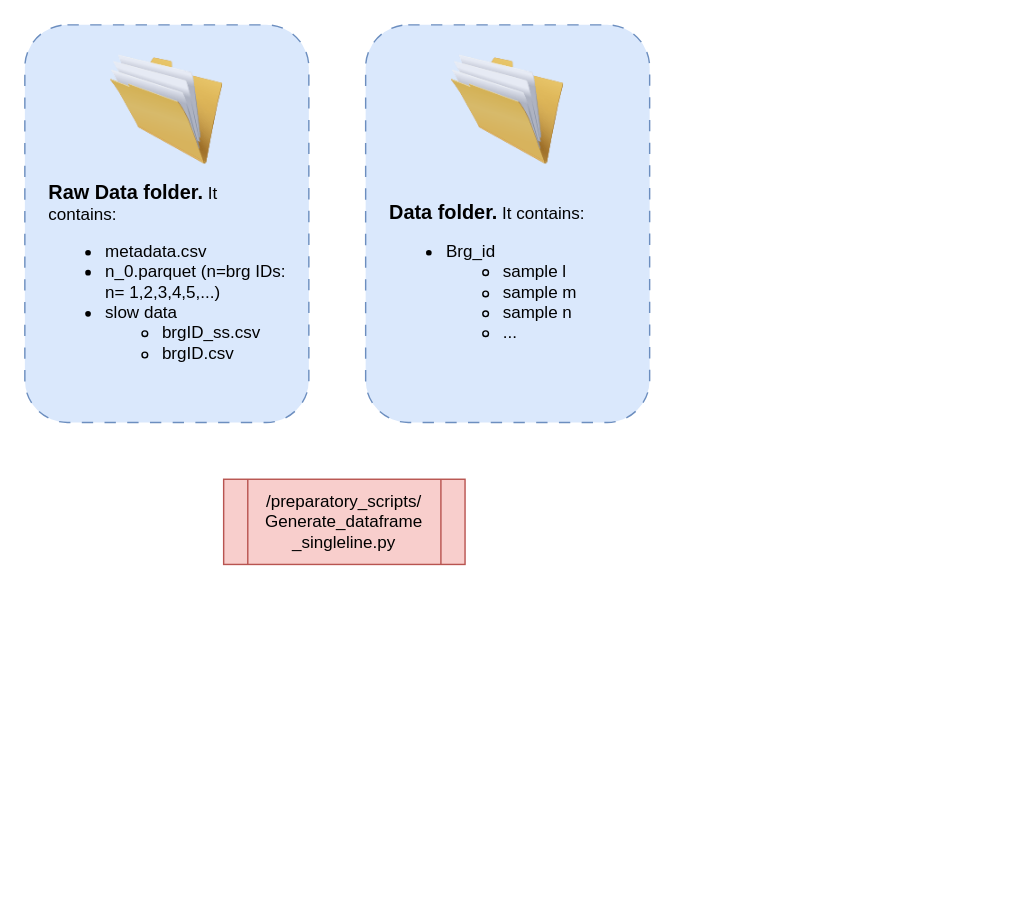
The draw.io diagram rdm_figure.drawio in arielpriarone/drawings, before the edit. Source tidied: cells renumbered, new cells numbered last; positions are measured from the earlier drawing's top-left corner, leaving out a move shared by most shapes. Both pictures are drawn from the tidied source at 142%, with x=0, y=0 at pixel (24, 24). Pictures stored in the file or linked from it are replaced by grey dashed boxes.
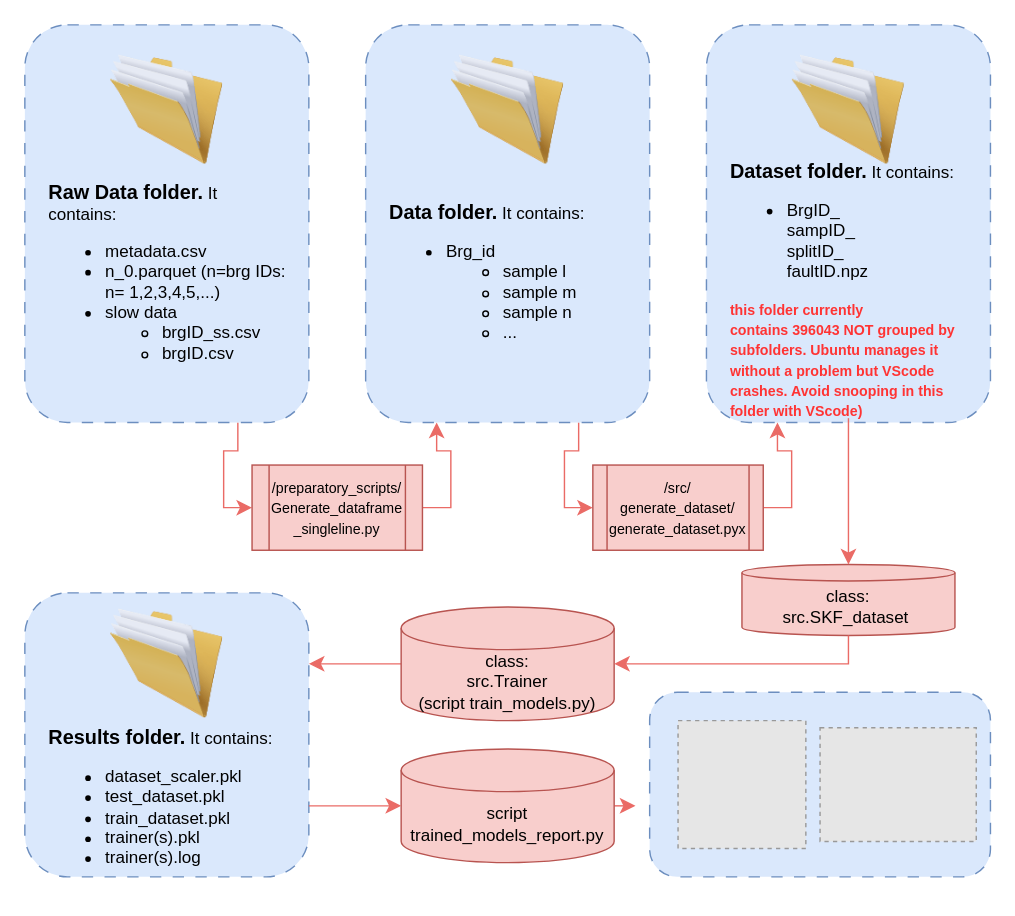
After the change.

The change refers to these unchanged cells:
```xml
<mxCell id="2" style="rounded=1;whiteSpace=wrap;html=1;fillColor=#dae8fc;dashed=1;dashPattern=8 8;strokeColor=#6c8ebf;" parent="1" vertex="1">
  <mxGeometry width="200" height="280" as="geometry" />
</mxCell>
<mxCell id="6" style="rounded=1;whiteSpace=wrap;html=1;fillColor=#dae8fc;dashed=1;dashPattern=8 8;strokeColor=#6c8ebf;" parent="1" vertex="1">
  <mxGeometry x="240" width="200" height="280" as="geometry" />
</mxCell>
```

Diff of the diagram source:
```diff
@@
+    <mxCell id="9" style="rounded=1;whiteSpace=wrap;html=1;fillColor=#dae8fc;dashed=1;dashPattern=8 8;strokeColor=#6c8ebf;" parent="1" vertex="1">
+      <mxGeometry x="440" y="470" width="240" height="130" as="geometry" />
+    </mxCell>
+    <mxCell id="10" style="edgeStyle=orthogonalEdgeStyle;shape=connector;rounded=0;jettySize=auto;html=1;exitX=0.75;exitY=1;exitDx=0;exitDy=0;entryX=0;entryY=0.5;entryDx=0;entryDy=0;shadow=0;strokeColor=#EA6B66;align=center;verticalAlign=middle;fontFamily=Helvetica;fontSize=12;fontColor=default;labelBackgroundColor=default;startSize=8;endArrow=classic;endSize=8;" parent="1" edge="1" source="2" target="5">
+      <mxGeometry relative="1" as="geometry" />
+    </mxCell>
@@
+    <mxCell id="11" style="edgeStyle=orthogonalEdgeStyle;shape=connector;rounded=0;jettySize=auto;html=1;exitX=1;exitY=0.5;exitDx=0;exitDy=0;entryX=0.25;entryY=1;entryDx=0;entryDy=0;shadow=0;strokeColor=#EA6B66;align=center;verticalAlign=middle;fontFamily=Helvetica;fontSize=12;fontColor=default;labelBackgroundColor=default;startSize=8;endArrow=classic;endSize=8;" parent="1" edge="1" source="5" target="6">
+      <mxGeometry relative="1" as="geometry">
+        <Array as="points">
+          <mxPoint x="300" y="340" />
+          <mxPoint x="300" y="300" />
+          <mxPoint x="290" y="300" />
+        </Array>
+      </mxGeometry>
+    </mxCell>
-    <mxCell id="5" value="/preparatory_scripts/&lt;div&gt;Generate_dataframe&lt;/div&gt;&lt;div&gt;_singleline.py&lt;/div&gt;" style="shape=process;html=1;backgroundOutline=1;fillColor=#f8cecc;strokeColor=#b85450;whiteSpace=wrap;" parent="1" vertex="1">
-      <mxGeometry x="140" y="320" width="170" height="60" as="geometry" />
+    <mxCell id="5" value="&lt;font style=&quot;font-size: 10px;&quot;&gt;/preparatory_scripts/&lt;/font&gt;&lt;div&gt;&lt;font style=&quot;font-size: 10px;&quot;&gt;Generate_dataframe&lt;/font&gt;&lt;/div&gt;&lt;div&gt;&lt;font style=&quot;font-size: 10px;&quot;&gt;_singleline.py&lt;/font&gt;&lt;/div&gt;" style="shape=process;html=1;backgroundOutline=1;fillColor=#f8cecc;strokeColor=#b85450;whiteSpace=wrap;" parent="1" vertex="1">
+      <mxGeometry x="160" y="310" width="120" height="60" as="geometry" />
     </mxCell>
+    <mxCell id="12" style="edgeStyle=orthogonalEdgeStyle;shape=connector;rounded=0;jettySize=auto;html=1;exitX=0.75;exitY=1;exitDx=0;exitDy=0;entryX=0;entryY=0.5;entryDx=0;entryDy=0;shadow=0;strokeColor=#EA6B66;align=center;verticalAlign=middle;fontFamily=Helvetica;fontSize=12;fontColor=default;labelBackgroundColor=default;startSize=8;endArrow=classic;endSize=8;" parent="1" edge="1" source="6" target="17">
+      <mxGeometry relative="1" as="geometry" />
+    </mxCell>
@@
+    <mxCell id="13" style="rounded=1;whiteSpace=wrap;html=1;fillColor=#dae8fc;dashed=1;dashPattern=8 8;strokeColor=#6c8ebf;" parent="1" vertex="1">
+      <mxGeometry x="480" width="200" height="280" as="geometry" />
+    </mxCell>
+    <mxCell id="14" style="image;html=1;image=img/lib/clip_art/general/Full_Folder_128x128.png;" parent="1" vertex="1">
+      <mxGeometry x="540" y="20" width="80" height="80" as="geometry" />
+    </mxCell>
+    <mxCell id="15" value="&lt;b&gt;&lt;font style=&quot;font-size: 14px;&quot;&gt;Dataset folder.&lt;/font&gt;&lt;/b&gt; It contains:&lt;div&gt;&lt;ul&gt;&lt;li&gt;BrgID_&lt;br&gt;sampID_&lt;br&gt;splitID_&lt;br&gt;faultID.npz&lt;br&gt;&lt;/li&gt;&lt;/ul&gt;&lt;font style=&quot;font-size: 10px; color: rgb(255, 51, 51);&quot;&gt;&lt;b&gt;this folder currently contains&amp;nbsp;396043 NOT grouped by subfolders. Ubuntu manages it without a problem but VScode crashes. Avoid snooping in this folder with VScode)&lt;/b&gt;&lt;/font&gt;&lt;/div&gt;" style="text;html=1;align=left;verticalAlign=middle;whiteSpace=wrap;rounded=0;" parent="1" vertex="1">
+      <mxGeometry x="495" y="97" width="170" height="180" as="geometry" />
+    </mxCell>
+    <mxCell id="16" style="edgeStyle=orthogonalEdgeStyle;shape=connector;rounded=0;jettySize=auto;html=1;exitX=1;exitY=0.5;exitDx=0;exitDy=0;entryX=0.25;entryY=1;entryDx=0;entryDy=0;shadow=0;strokeColor=#EA6B66;align=center;verticalAlign=middle;fontFamily=Helvetica;fontSize=12;fontColor=default;labelBackgroundColor=default;startSize=8;endArrow=classic;endSize=8;" parent="1" edge="1" source="17" target="13">
+      <mxGeometry relative="1" as="geometry">
+        <Array as="points">
+          <mxPoint x="540" y="340" />
+          <mxPoint x="540" y="300" />
+          <mxPoint x="530" y="300" />
+        </Array>
+      </mxGeometry>
+    </mxCell>
+    <mxCell id="17" value="&lt;span style=&quot;font-size: 10px;&quot;&gt;/src/&lt;/span&gt;&lt;div&gt;&lt;span style=&quot;font-size: 10px;&quot;&gt;generate_dataset/&lt;/span&gt;&lt;/div&gt;&lt;div&gt;&lt;span style=&quot;font-size: 10px;&quot;&gt;generate_dataset.pyx&lt;/span&gt;&lt;/div&gt;" style="shape=process;html=1;backgroundOutline=1;fillColor=#f8cecc;strokeColor=#b85450;whiteSpace=wrap;size=0.08333333333333333;" parent="1" vertex="1">
+      <mxGeometry x="400" y="310" width="120" height="60" as="geometry" />
+    </mxCell>
+    <mxCell id="18" value="&lt;span&gt;class:&lt;br&gt;src.SKF_dataset&amp;nbsp;&lt;/span&gt;" style="shape=cylinder3;whiteSpace=wrap;html=1;boundedLbl=1;backgroundOutline=1;size=5.803662300109863;fontFamily=Helvetica;fontSize=12;labelBackgroundColor=none;fillColor=#f8cecc;strokeColor=#b85450;" parent="1" vertex="1">
+      <mxGeometry x="505" y="380" width="150" height="50" as="geometry" />
+    </mxCell>
+    <mxCell id="19" style="edgeStyle=orthogonalEdgeStyle;shape=connector;rounded=0;jettySize=auto;html=1;exitX=0.5;exitY=1;exitDx=0;exitDy=0;entryX=0.5;entryY=0;entryDx=0;entryDy=0;entryPerimeter=0;shadow=0;strokeColor=#EA6B66;align=center;verticalAlign=middle;fontFamily=Helvetica;fontSize=12;fontColor=default;labelBackgroundColor=default;startSize=8;endArrow=classic;endSize=8;" parent="1" edge="1" source="15" target="18">
+      <mxGeometry relative="1" as="geometry" />
+    </mxCell>
+    <mxCell id="20" style="edgeStyle=orthogonalEdgeStyle;shape=connector;rounded=0;jettySize=auto;html=1;exitX=0;exitY=0.5;exitDx=0;exitDy=0;exitPerimeter=0;entryX=1;entryY=0.25;entryDx=0;entryDy=0;shadow=0;strokeColor=#EA6B66;align=center;verticalAlign=middle;fontFamily=Helvetica;fontSize=12;fontColor=default;labelBackgroundColor=default;startSize=8;endArrow=classic;endSize=8;" parent="1" edge="1" source="21" target="22">
+      <mxGeometry relative="1" as="geometry" />
+    </mxCell>
+    <mxCell id="21" value="&lt;span&gt;class:&lt;br&gt;src.Trainer&lt;br&gt;(script train_models.py)&lt;/span&gt;" style="shape=cylinder3;whiteSpace=wrap;html=1;boundedLbl=1;backgroundOutline=1;size=15;fontFamily=Helvetica;fontSize=12;labelBackgroundColor=none;fillColor=#f8cecc;strokeColor=#b85450;" parent="1" vertex="1">
+      <mxGeometry x="265" y="410" width="150" height="80" as="geometry" />
+    </mxCell>
+    <mxCell id="22" style="rounded=1;whiteSpace=wrap;html=1;fillColor=#dae8fc;dashed=1;dashPattern=8 8;strokeColor=#6c8ebf;" parent="1" vertex="1">
+      <mxGeometry y="400" width="200" height="200" as="geometry" />
+    </mxCell>
+    <mxCell id="23" style="image;html=1;image=img/lib/clip_art/general/Full_Folder_128x128.png;" parent="1" vertex="1">
+      <mxGeometry x="60" y="410" width="80" height="80" as="geometry" />
+    </mxCell>
+    <mxCell id="24" value="&lt;b&gt;&lt;font style=&quot;font-size: 14px;&quot;&gt;Results folder.&lt;/font&gt;&lt;/b&gt; It contains:&lt;div&gt;&lt;ul&gt;&lt;li&gt;dataset_scaler.pkl&lt;/li&gt;&lt;li&gt;test_dataset.pkl&lt;/li&gt;&lt;li&gt;train_dataset.pkl&lt;/li&gt;&lt;li&gt;trainer(s).pkl&lt;/li&gt;&lt;li&gt;trainer(s).log&lt;/li&gt;&lt;/ul&gt;&lt;/div&gt;" style="text;html=1;align=left;verticalAlign=middle;whiteSpace=wrap;rounded=0;" parent="1" vertex="1">
+      <mxGeometry x="15" y="490" width="170" height="120" as="geometry" />
+    </mxCell>
+    <mxCell id="25" style="edgeStyle=orthogonalEdgeStyle;shape=connector;rounded=0;jettySize=auto;html=1;exitX=1;exitY=0.5;exitDx=0;exitDy=0;exitPerimeter=0;shadow=0;strokeColor=#EA6B66;align=center;verticalAlign=middle;fontFamily=Helvetica;fontSize=12;fontColor=default;labelBackgroundColor=default;startSize=8;endArrow=classic;endSize=8;" parent="1" edge="1" source="26">
+      <mxGeometry relative="1" as="geometry">
+        <mxPoint x="430" y="549.8" as="targetPoint" />
+      </mxGeometry>
+    </mxCell>
+    <mxCell id="26" value="script&lt;br&gt;trained_models_report.py" style="shape=cylinder3;whiteSpace=wrap;html=1;boundedLbl=1;backgroundOutline=1;size=15;fontFamily=Helvetica;fontSize=12;labelBackgroundColor=none;fillColor=#f8cecc;strokeColor=#b85450;" parent="1" vertex="1">
+      <mxGeometry x="265" y="510" width="150" height="80" as="geometry" />
+    </mxCell>
+    <mxCell id="27" style="edgeStyle=orthogonalEdgeStyle;shape=connector;rounded=0;jettySize=auto;html=1;exitX=1;exitY=0.75;exitDx=0;exitDy=0;entryX=0;entryY=0.5;entryDx=0;entryDy=0;entryPerimeter=0;shadow=0;strokeColor=#EA6B66;align=center;verticalAlign=middle;fontFamily=Helvetica;fontSize=12;fontColor=default;labelBackgroundColor=default;startSize=8;endArrow=classic;endSize=8;" parent="1" edge="1" source="22" target="26">
+      <mxGeometry relative="1" as="geometry" />
+    </mxCell>
+    <mxCell id="28" style="fillColor=#E6E6E6;strokeColor=#999999;dashed=1;verticalLabelPosition=bottom;labelBackgroundColor=default;verticalAlign=top;" parent="1" vertex="1">
+      <mxGeometry x="460" y="490" width="90" height="90" as="geometry" />
+    </mxCell>
+    <mxCell id="29" style="edgeStyle=orthogonalEdgeStyle;shape=connector;rounded=0;jettySize=auto;html=1;exitX=0.5;exitY=1;exitDx=0;exitDy=0;exitPerimeter=0;entryX=1;entryY=0.5;entryDx=0;entryDy=0;entryPerimeter=0;shadow=0;strokeColor=#EA6B66;align=center;verticalAlign=middle;fontFamily=Helvetica;fontSize=12;fontColor=default;labelBackgroundColor=default;startSize=8;endArrow=classic;endSize=8;" parent="1" edge="1" source="18" target="21">
+      <mxGeometry relative="1" as="geometry" />
+    </mxCell>
+    <mxCell id="30" style="fillColor=#E6E6E6;strokeColor=#999999;dashed=1;verticalLabelPosition=bottom;labelBackgroundColor=default;verticalAlign=top;" parent="1" vertex="1">
+      <mxGeometry x="560" y="495" width="110" height="80.1" as="geometry" />
+    </mxCell>
```
